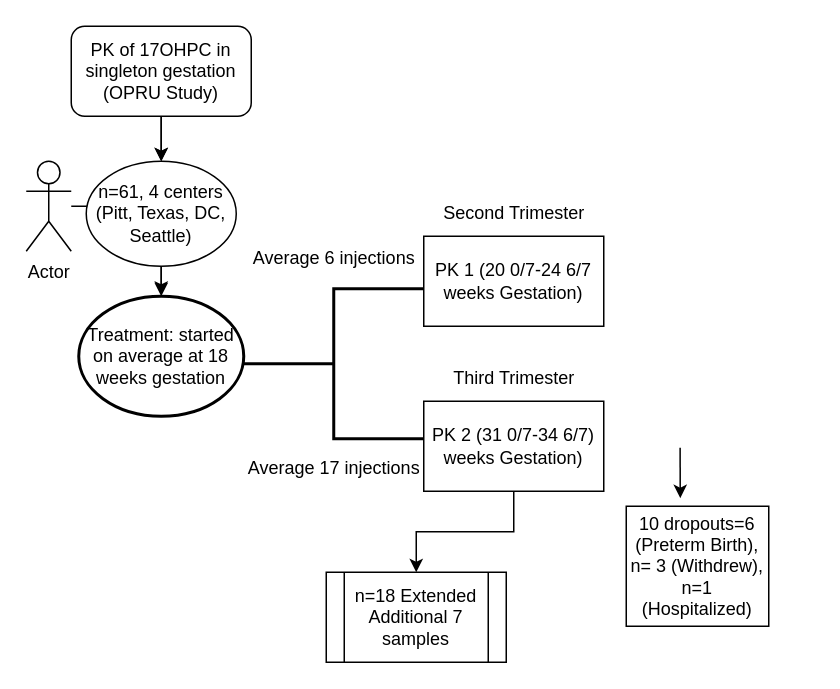
The draw.io diagram page "PopPK_SingletonGA" (2 of 5) of 17OHPC_StudyDesign.drawio in PVDodeja/17OHPC, before the edit. Source tidied: cells renumbered, new cells numbered last; positions are measured from the earlier drawing's top-left corner, leaving out a move shared by most shapes. Both pictures are drawn from the tidied source at 150%, with x=0, y=0 at pixel (26, 26).
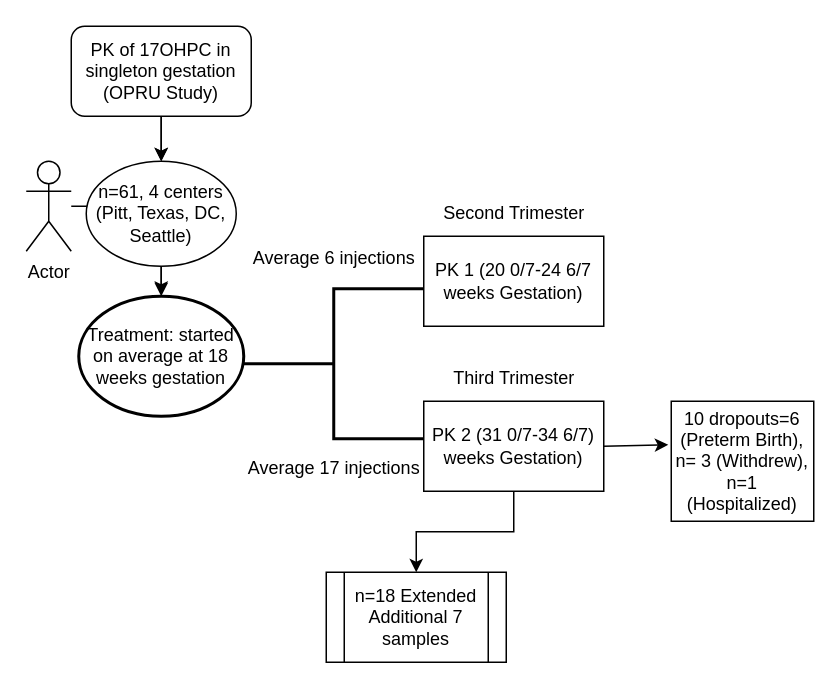
The same diagram, later.

Unchanged cells that the change refers to:
```xml
<mxCell id="11" value="PK 2 (31 0/7-34 6/7) weeks Gestation)" style="rounded=0;whiteSpace=wrap;html=1;" parent="1" vertex="1">
  <mxGeometry x="265" y="250" width="120" height="60" as="geometry" />
</mxCell>
```

What changed in the source:
```diff
@@
-    <mxCell id="19" style="endArrow=classic;html=1;rounded=0;exitX=0.713;exitY=-0.05;exitDx=0;exitDy=0;exitPerimeter=0;entryX=0.379;entryY=-0.067;entryDx=0;entryDy=0;entryPerimeter=0;" parent="1" edge="1" target="20">
-      <mxGeometry relative="1" as="geometry">
-        <mxPoint x="435.9" y="281" as="sourcePoint" />
-      </mxGeometry>
+    <mxCell id="19" style="endArrow=classic;html=1;rounded=0;exitX=1;exitY=0.5;exitDx=0;exitDy=0;entryX=-0.021;entryY=0.363;entryDx=0;entryDy=0;entryPerimeter=0;" parent="1" edge="1" source="11" target="20">
+      <mxGeometry relative="1" as="geometry" />
     </mxCell>
     <mxCell id="20" value="10 dropouts=6 (Preterm Birth), n= 3 (Withdrew), n=1 (Hospitalized)" style="rounded=0;whiteSpace=wrap;html=1;" parent="1" vertex="1">
-      <mxGeometry x="400" y="320" width="95" height="80" as="geometry" />
+      <mxGeometry x="430" y="250" width="95" height="80" as="geometry" />
     </mxCell>
```
